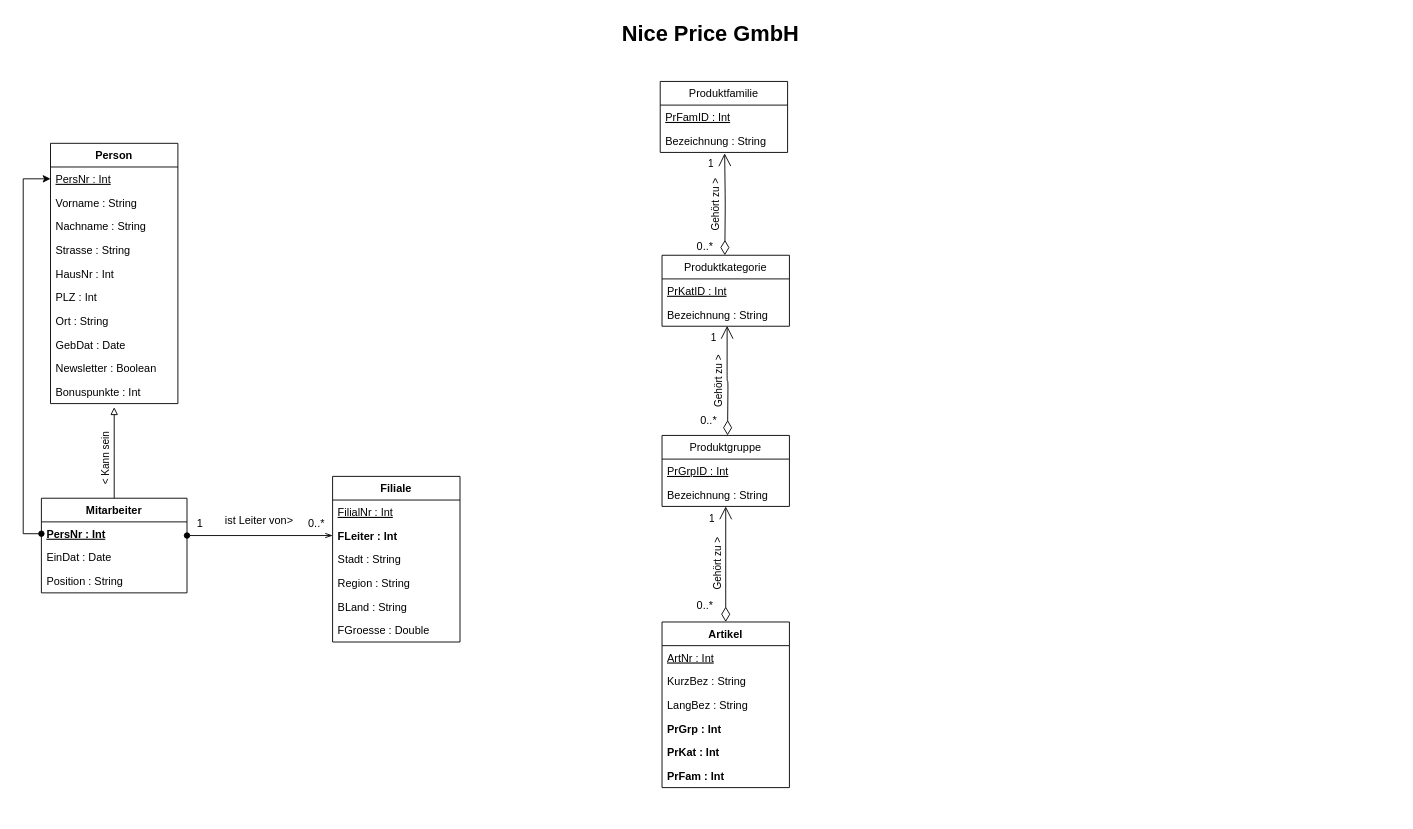
The draw.io diagram NicePriceUML.drawio in Resteklicken/DBS, before the edit. Source tidied: cells renumbered, new cells numbered last; positions are measured from the earlier drawing's top-left corner, leaving out a move shared by most shapes. Both pictures are drawn from the tidied source at 91%, with x=0, y=0 at pixel (23, 15).
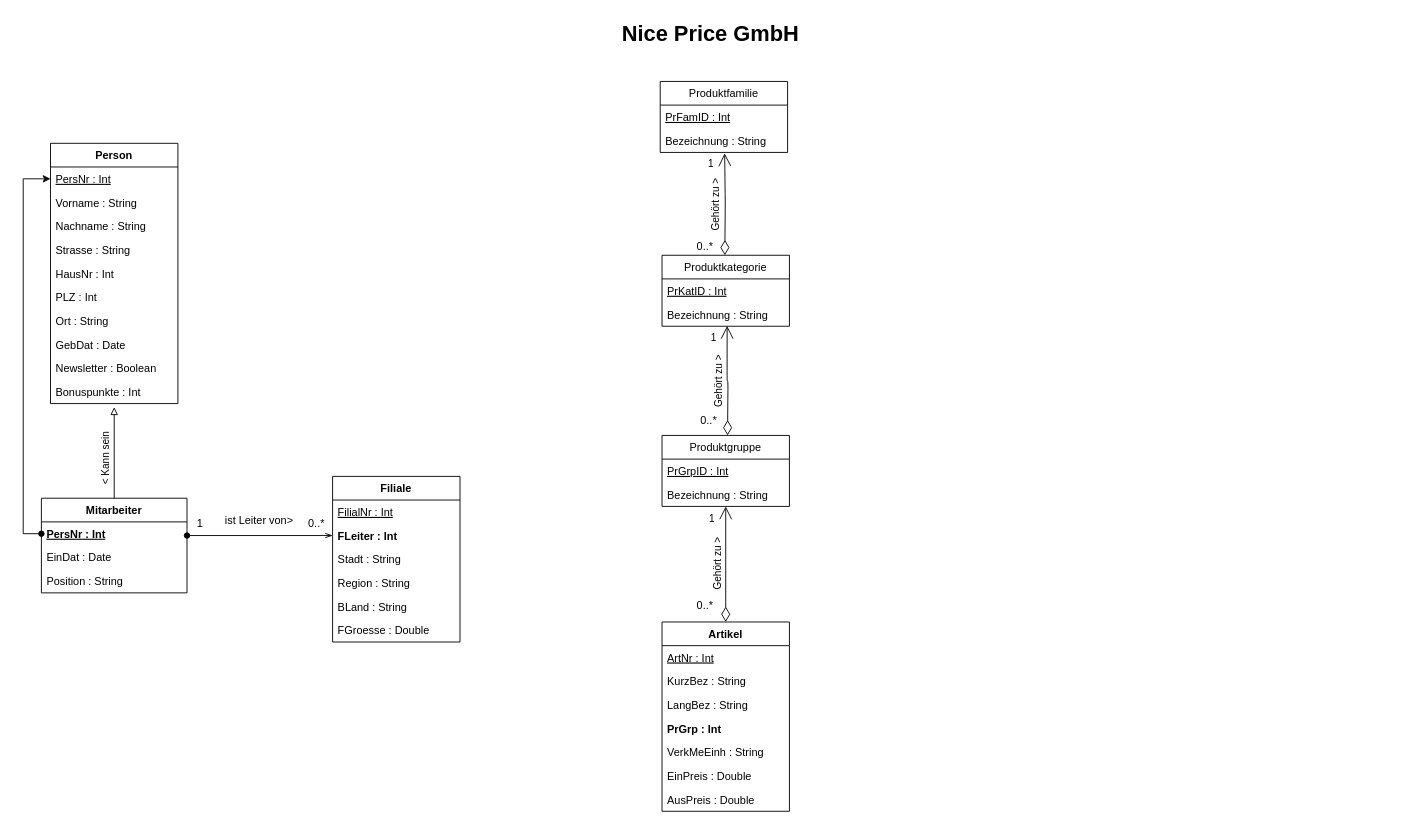
Above is the later version.

What changed in the source:
```diff
@@
     <mxCell id="27" value="Artikel" style="swimlane;fontStyle=1;horizontal=1;startSize=26;fillColor=none;" parent="1" vertex="1">
-      <mxGeometry x="702" y="666" width="140" height="182" as="geometry" />
+      <mxGeometry x="702" y="666" width="140" height="208" as="geometry" />
     </mxCell>
@@
-    <mxCell id="32" value="PrKat : Int" style="text;strokeColor=none;fillColor=none;align=left;verticalAlign=top;spacingLeft=4;spacingRight=4;overflow=hidden;fontStyle=1;" parent="27" vertex="1">
+    <mxCell id="32" value="VerkMeEinh : String" style="text;strokeColor=none;fillColor=none;align=left;verticalAlign=top;spacingLeft=4;spacingRight=4;overflow=hidden;fontStyle=0;" parent="27" vertex="1">
       <mxGeometry y="130" width="140" height="26" as="geometry" />
     </mxCell>
-    <mxCell id="33" value="PrFam : Int" style="text;strokeColor=none;fillColor=none;align=left;verticalAlign=top;spacingLeft=4;spacingRight=4;overflow=hidden;fontStyle=1;" parent="27" vertex="1">
+    <mxCell id="33" value="EinPreis : Double" style="text;strokeColor=none;fillColor=none;align=left;verticalAlign=top;spacingLeft=4;spacingRight=4;overflow=hidden;fontStyle=0;" parent="27" vertex="1">
       <mxGeometry y="156" width="140" height="26" as="geometry" />
     </mxCell>
+    <mxCell id="57" value="AusPreis : Double" style="text;strokeColor=none;fillColor=none;align=left;verticalAlign=top;spacingLeft=4;spacingRight=4;overflow=hidden;fontStyle=0;" parent="27" vertex="1">
+      <mxGeometry y="182" width="140" height="26" as="geometry" />
+    </mxCell>
```
